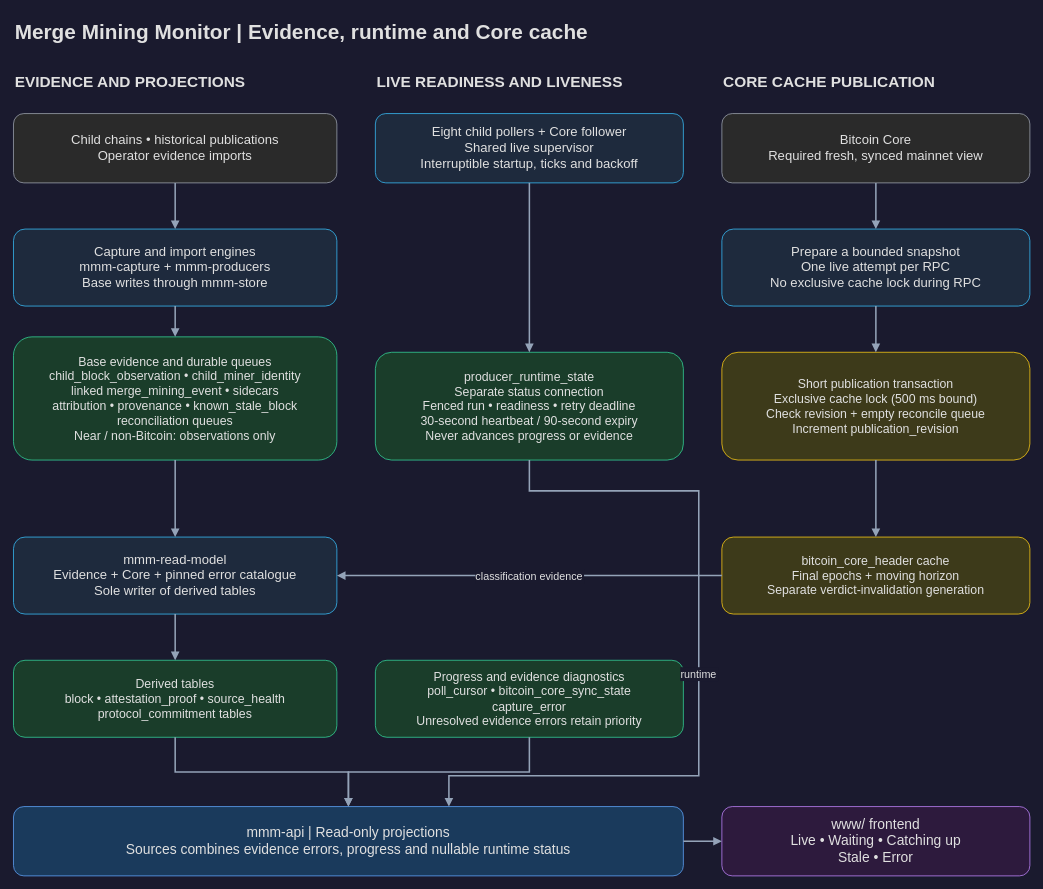
Above: docs/img/system-data-flow.drawio in deadmanoz/merge-mining-monitor (draw.io), before the change. Source tidied: cells renumbered, new cells numbered last; positions are measured from the earlier drawing's top-left corner, leaving out a move shared by most shapes. Both pictures are drawn from the tidied source at 77%, with x=0, y=0 at pixel (13, 13).
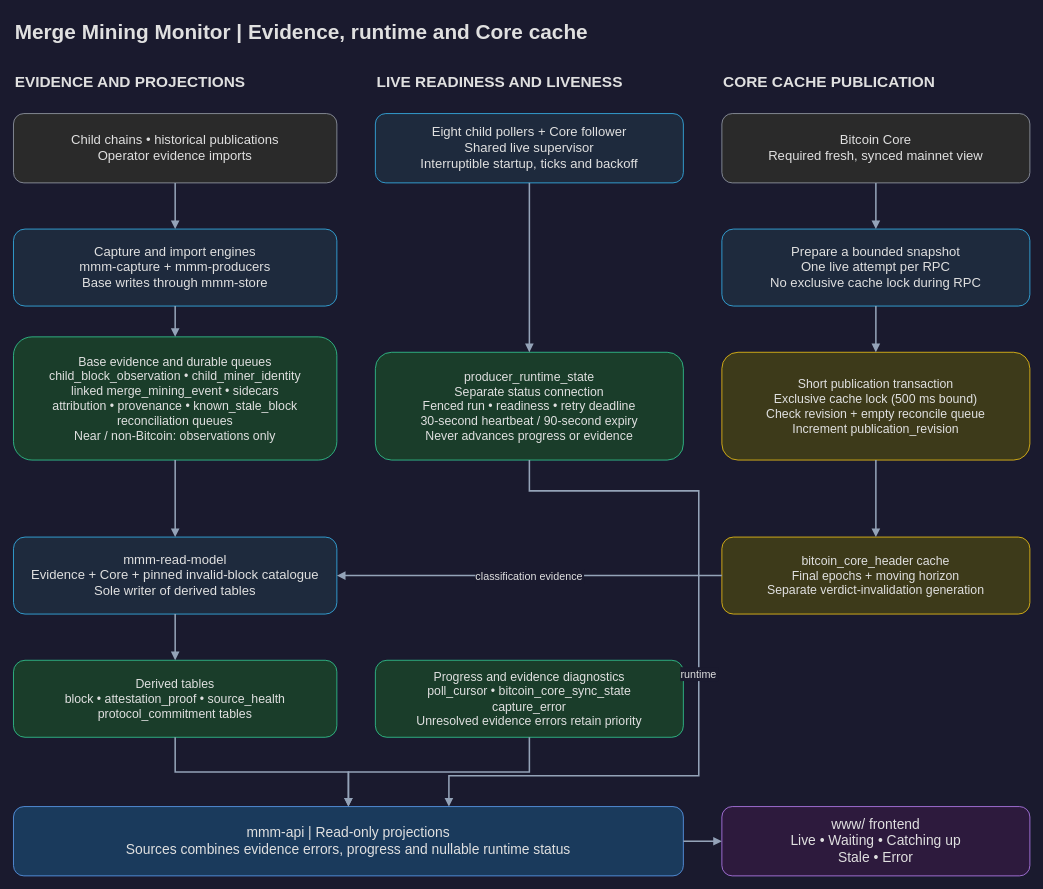
The same diagram, later.

The edit, as a diff of the source:
```diff
@@
-    <mxCell id="9" value="mmm-read-model&#10;Evidence + Core + pinned error catalogue&#10;Sole writer of derived tables" style="rounded=1;whiteSpace=wrap;html=0;fillColor=#1e2a3d;strokeColor=#38bdf8;fontColor=#E0E0E0;fontFamily=Helvetica;fontSize=17;spacing=14;" parent="1" vertex="1">
+    <mxCell id="9" value="mmm-read-model&#10;Evidence + Core + pinned invalid-block catalogue&#10;Sole writer of derived tables" style="rounded=1;whiteSpace=wrap;html=0;fillColor=#1e2a3d;strokeColor=#38bdf8;fontColor=#E0E0E0;fontFamily=Helvetica;fontSize=17;spacing=14;" parent="1" vertex="1">
       <mxGeometry y="680" width="420" height="100" as="geometry" />
     </mxCell>
```
